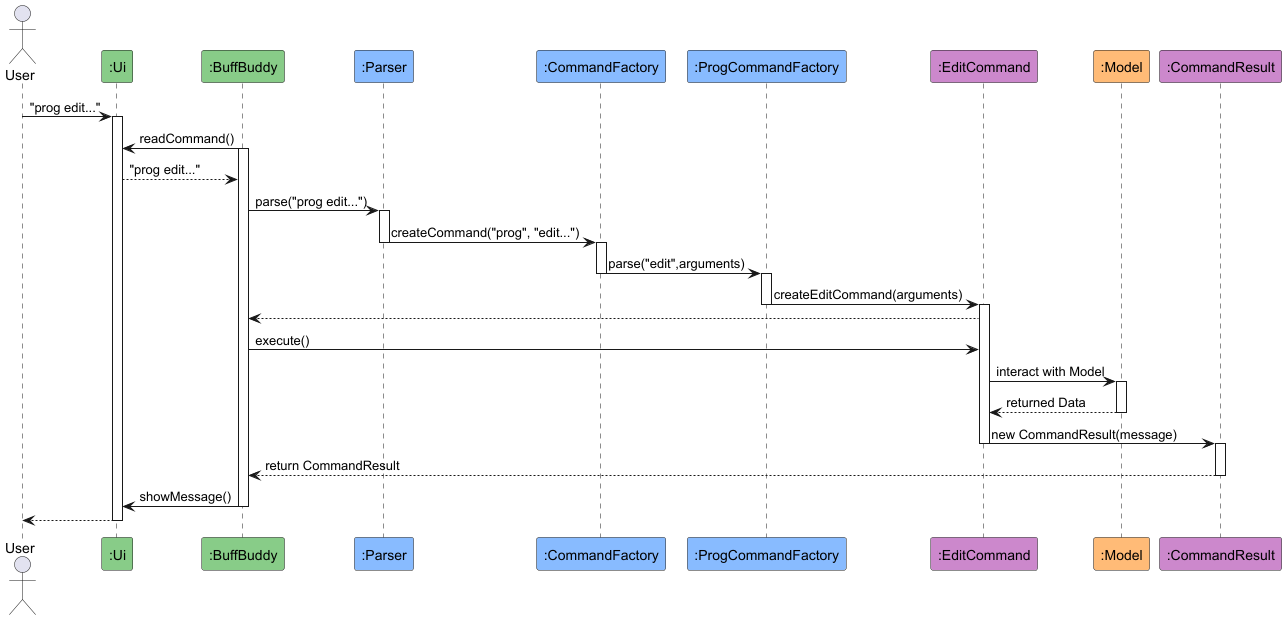
Above: docs/images/editCommand.png in nus-cs2113-AY2425S1/tp (PlantUML), before the change.
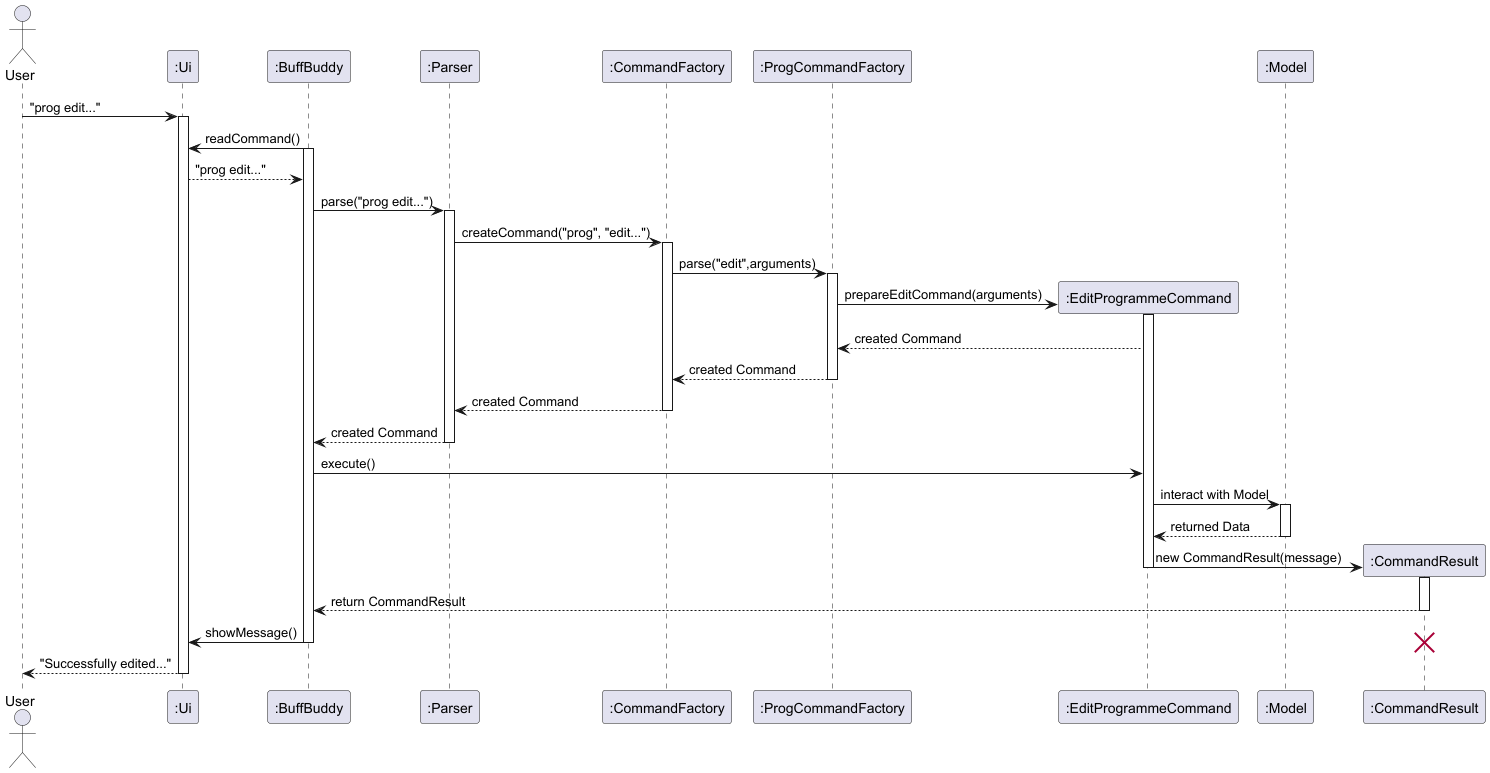
Above is the later version.

The edit, as a diff of the source:
```diff
@@ -1,16 +1,13 @@
 @startuml
 actor User
-participant ":Ui" as Ui #88cc88
-participant ":BuffBuddy" as BuffBuddy #88cc88
-participant ":Parser" as Parser #88bbff
-participant ":CommandFactory" as CommandFactory #88bbff
-participant ":ProgCommandFactory" as ProgCommandFactory #88bbff
-participant ":EditCommand" as Command #cc88cc
-participant ":Model" as Model #ffbb77
-participant ":CommandResult" as CommandResult #cc88cc
-
-
-
+participant ":Ui" as Ui
+participant ":BuffBuddy" as BuffBuddy
+participant ":Parser" as Parser
+participant ":CommandFactory" as CommandFactory
+participant ":ProgCommandFactory" as ProgCommandFactory
+participant ":EditProgrammeCommand" as Command
+participant ":Model" as Model
+participant ":CommandResult" as CommandResult
 
 
 User -> Ui : "prog edit..."
@@ -23,19 +20,23 @@
 activate Parser
 
 Parser -> CommandFactory : createCommand("prog", "edit...")
-deactivate Parser
+
 activate CommandFactory
 
 CommandFactory -> ProgCommandFactory : parse("edit",arguments)
-deactivate CommandFactory
 activate ProgCommandFactory
 
+create Command
+ProgCommandFactory -> Command : prepareEditCommand(arguments)
+activate Command
+ProgCommandFactory <-- Command: created Command
+CommandFactory <-- ProgCommandFactory: created Command
+deactivate ProgCommandFactory
+Parser <-- CommandFactory: created Command
+deactivate CommandFactory
+BuffBuddy <-- Parser: created Command
+deactivate Parser
 
-ProgCommandFactory -> Command : createEditCommand(arguments)
-deactivate ProgCommandFactory
-
-activate Command
-BuffBuddy <-- Command
 
 BuffBuddy -> Command : execute()
 
@@ -45,17 +46,20 @@
 Command <-- Model: returned Data
 deactivate Model
 
+create CommandResult
+Command -> CommandResult: new CommandResult(message)
 
-Command -> CommandResult: new CommandResult(message)
 
 deactivate Command
 activate CommandResult
 BuffBuddy <-- CommandResult : return CommandResult
 deactivate CommandResult
 BuffBuddy -> Ui : showMessage()
+
 deactivate BuffBuddy
-
-User <-- Ui
+destroy CommandResult
+User <-- Ui : "Successfully edited..."
 deactivate Ui
 
+
 @enduml
```
